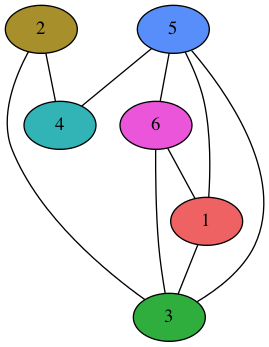
Above: pres/images/graph/graph.png in matthhan/onion-seminar-paper (Graphviz), before the change. Its source is kept beside it as pres/images/graph/graph.dot.
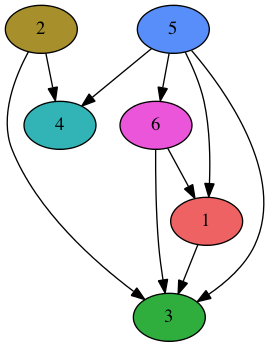
Above is the later version.

Change to the diagram source:
```diff
@@ -1,13 +1,13 @@
-graph G {
-    node [style=filled]
-    1 [fillcolor="#ef6263"]
-    2 [fillcolor="#a78f2c"]
-    3 [fillcolor="#2fae3e"]
-    4 [fillcolor="#32b3b6"]
-    5 [fillcolor="#588ef9"]
-    6 [fillcolor="#eb55da"]
-    1 -- 3;
-    2 -- 3,4;
-    5 -- 1,3,4,6;
-    6 -- 1,3;
+digraph G {
+    node [style=filled];
+    1 [fillcolor="#ef6263"];
+    2 [fillcolor="#a78f2c"];
+    3 [fillcolor="#2fae3e"];
+    4 [fillcolor="#32b3b6"];
+    5 [fillcolor="#588ef9"];
+    6 [fillcolor="#eb55da"];
+    1 -> 3;
+    2 -> 3,4;
+    5 -> 6,1,3,4;
+    6 -> 1,3;
 }
```
